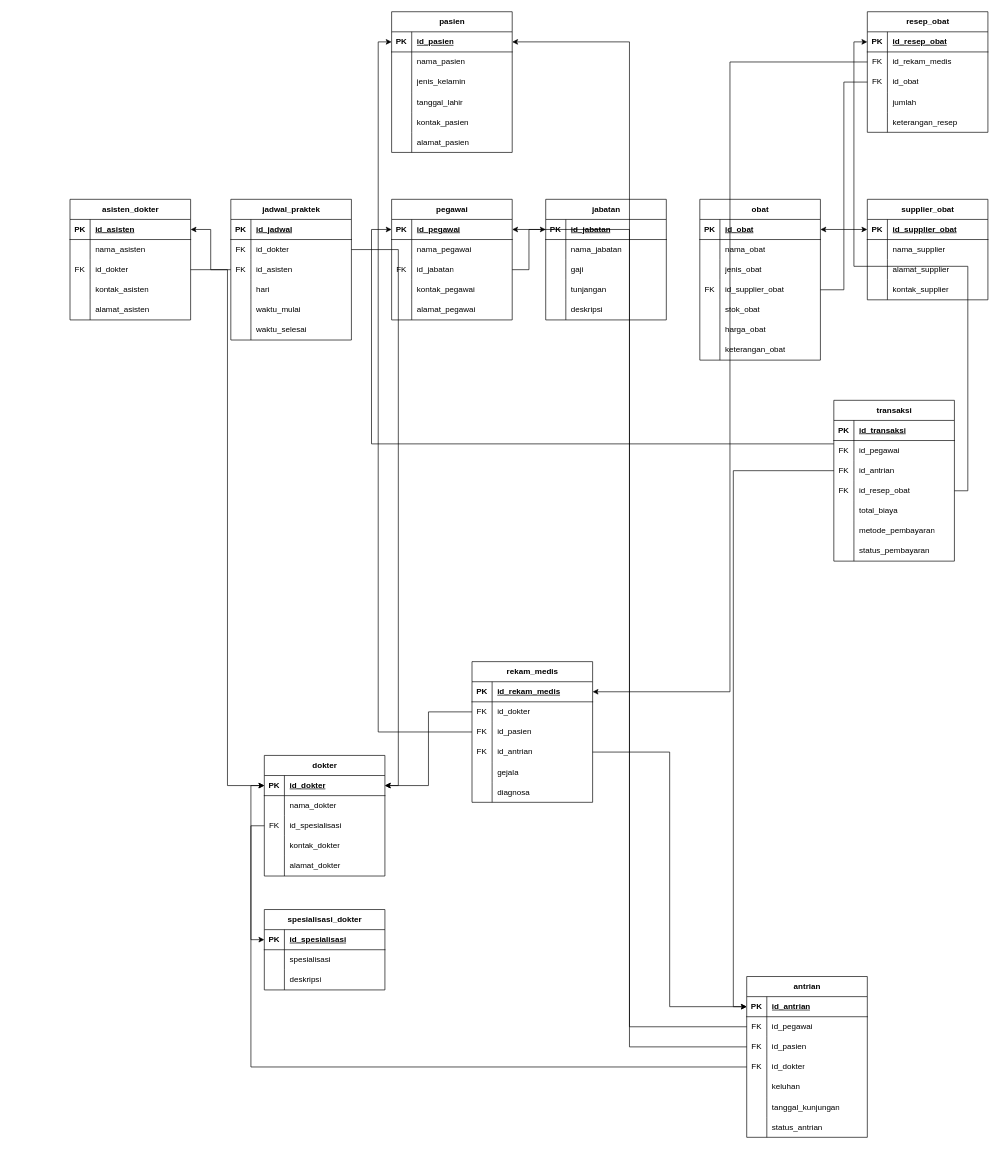
Before: PDM_Klinik.drawio in elikawicaksana/BuildIT_BasisData, a draw.io diagram. Source tidied: cells renumbered, new cells numbered last; positions are measured from the earlier drawing's top-left corner, leaving out a move shared by most shapes. Both pictures are drawn from the tidied source at 67%, with x=0, y=0 at pixel (70, 11).
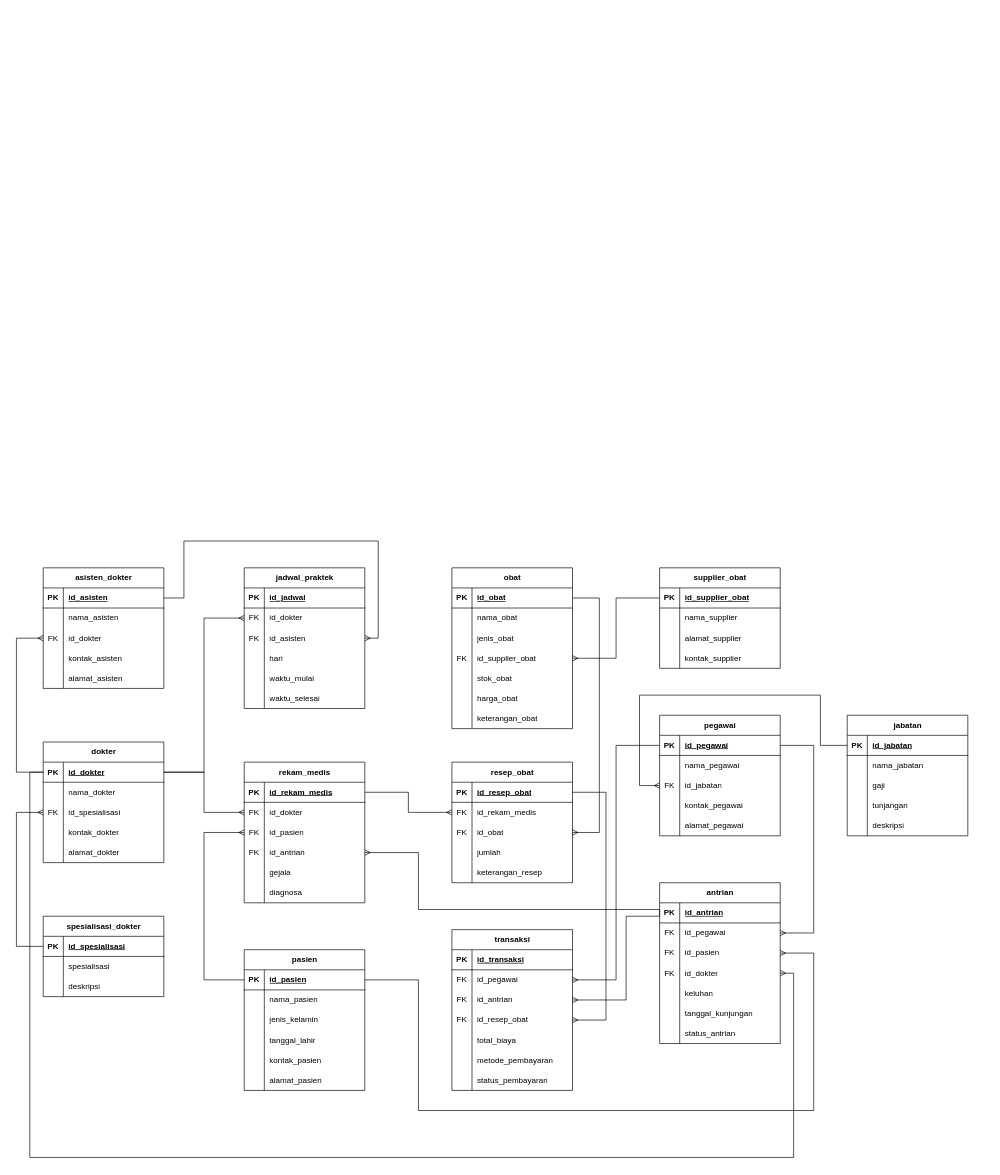
The same diagram, later.

The change refers to these unchanged cells:
```xml
<mxCell id="3" style="shape=tableRow;horizontal=0;startSize=0;swimlaneHead=0;swimlaneBody=0;fillColor=none;points=[[0,0.5],[1,0.5]];portConstraint=eastwest;top=0;left=0;right=0;bottom=1;" parent="2" vertex="1">
<mxCell id="9" style="shape=tableRow;horizontal=0;startSize=0;swimlaneHead=0;swimlaneBody=0;fillColor=none;points=[[0,0.5],[1,0.5]];portConstraint=eastwest;top=0;left=0;right=0;bottom=0;" parent="2" vertex="1">
<mxCell id="19" style="shape=tableRow;horizontal=0;startSize=0;swimlaneHead=0;swimlaneBody=0;fillColor=none;points=[[0,0.5],[1,0.5]];portConstraint=eastwest;top=0;left=0;right=0;bottom=1;" parent="18" vertex="1">
<mxCell id="25" style="shape=tableRow;horizontal=0;startSize=0;swimlaneHead=0;swimlaneBody=0;fillColor=none;points=[[0,0.5],[1,0.5]];portConstraint=eastwest;top=0;left=0;right=0;bottom=0;" parent="18" vertex="1">
<mxCell id="35" style="shape=tableRow;horizontal=0;startSize=0;swimlaneHead=0;swimlaneBody=0;fillColor=none;points=[[0,0.5],[1,0.5]];portConstraint=eastwest;top=0;left=0;right=0;bottom=1;" parent="34" vertex="1">
<mxCell id="48" style="shape=tableRow;horizontal=0;startSize=0;swimlaneHead=0;swimlaneBody=0;fillColor=none;points=[[0,0.5],[1,0.5]];portConstraint=eastwest;top=0;left=0;right=0;bottom=0;" parent="44" vertex="1">
<mxCell id="51" style="shape=tableRow;horizontal=0;startSize=0;swimlaneHead=0;swimlaneBody=0;fillColor=none;points=[[0,0.5],[1,0.5]];portConstraint=eastwest;top=0;left=0;right=0;bottom=0;" parent="44" vertex="1">
<mxCell id="64" style="shape=tableRow;horizontal=0;startSize=0;swimlaneHead=0;swimlaneBody=0;fillColor=none;points=[[0,0.5],[1,0.5]];portConstraint=eastwest;top=0;left=0;right=0;bottom=1;" parent="63" vertex="1">
<mxCell id="83" style="shape=tableRow;horizontal=0;startSize=0;swimlaneHead=0;swimlaneBody=0;fillColor=none;points=[[0,0.5],[1,0.5]];portConstraint=eastwest;top=0;left=0;right=0;bottom=1;" parent="82" vertex="1">
<mxCell id="89" style="shape=tableRow;horizontal=0;startSize=0;swimlaneHead=0;swimlaneBody=0;fillColor=none;points=[[0,0.5],[1,0.5]];portConstraint=eastwest;top=0;left=0;right=0;bottom=0;" parent="82" vertex="1">
<mxCell id="99" style="shape=tableRow;horizontal=0;startSize=0;swimlaneHead=0;swimlaneBody=0;fillColor=none;points=[[0,0.5],[1,0.5]];portConstraint=eastwest;top=0;left=0;right=0;bottom=1;" parent="98" vertex="1">
<mxCell id="115" style="shape=tableRow;horizontal=0;startSize=0;swimlaneHead=0;swimlaneBody=0;fillColor=none;points=[[0,0.5],[1,0.5]];portConstraint=eastwest;top=0;left=0;right=0;bottom=1;" parent="114" vertex="1">
<mxCell id="118" style="shape=tableRow;horizontal=0;startSize=0;swimlaneHead=0;swimlaneBody=0;fillColor=none;points=[[0,0.5],[1,0.5]];portConstraint=eastwest;top=0;left=0;right=0;bottom=0;" parent="114" vertex="1">
<mxCell id="121" style="shape=tableRow;horizontal=0;startSize=0;swimlaneHead=0;swimlaneBody=0;fillColor=none;points=[[0,0.5],[1,0.5]];portConstraint=eastwest;top=0;left=0;right=0;bottom=0;" parent="114" vertex="1">
<mxCell id="124" style="shape=tableRow;horizontal=0;startSize=0;swimlaneHead=0;swimlaneBody=0;fillColor=none;points=[[0,0.5],[1,0.5]];portConstraint=eastwest;top=0;left=0;right=0;bottom=0;" parent="114" vertex="1">
<mxCell id="134" style="shape=tableRow;horizontal=0;startSize=0;swimlaneHead=0;swimlaneBody=0;fillColor=none;points=[[0,0.5],[1,0.5]];portConstraint=eastwest;top=0;left=0;right=0;bottom=1;" parent="133" vertex="1">
<mxCell id="137" style="shape=tableRow;horizontal=0;startSize=0;swimlaneHead=0;swimlaneBody=0;fillColor=none;points=[[0,0.5],[1,0.5]];portConstraint=eastwest;top=0;left=0;right=0;bottom=0;" parent="133" vertex="1">
<mxCell id="140" style="shape=tableRow;horizontal=0;startSize=0;swimlaneHead=0;swimlaneBody=0;fillColor=none;points=[[0,0.5],[1,0.5]];portConstraint=eastwest;top=0;left=0;right=0;bottom=0;" parent="133" vertex="1">
<mxCell id="143" style="shape=tableRow;horizontal=0;startSize=0;swimlaneHead=0;swimlaneBody=0;fillColor=none;points=[[0,0.5],[1,0.5]];portConstraint=eastwest;top=0;left=0;right=0;bottom=0;" parent="133" vertex="1">
<mxCell id="156" style="shape=tableRow;horizontal=0;startSize=0;swimlaneHead=0;swimlaneBody=0;fillColor=none;points=[[0,0.5],[1,0.5]];portConstraint=eastwest;top=0;left=0;right=0;bottom=1;" parent="155" vertex="1">
<mxCell id="165" style="shape=tableRow;horizontal=0;startSize=0;swimlaneHead=0;swimlaneBody=0;fillColor=none;points=[[0,0.5],[1,0.5]];portConstraint=eastwest;top=0;left=0;right=0;bottom=0;" parent="155" vertex="1">
<mxCell id="178" style="shape=tableRow;horizontal=0;startSize=0;swimlaneHead=0;swimlaneBody=0;fillColor=none;points=[[0,0.5],[1,0.5]];portConstraint=eastwest;top=0;left=0;right=0;bottom=1;" parent="177" vertex="1">
<mxCell id="191" style="shape=tableRow;horizontal=0;startSize=0;swimlaneHead=0;swimlaneBody=0;fillColor=none;points=[[0,0.5],[1,0.5]];portConstraint=eastwest;top=0;left=0;right=0;bottom=1;" parent="190" vertex="1">
<mxCell id="194" style="shape=tableRow;horizontal=0;startSize=0;swimlaneHead=0;swimlaneBody=0;fillColor=none;points=[[0,0.5],[1,0.5]];portConstraint=eastwest;top=0;left=0;right=0;bottom=0;" parent="190" vertex="1">
<mxCell id="197" style="shape=tableRow;horizontal=0;startSize=0;swimlaneHead=0;swimlaneBody=0;fillColor=none;points=[[0,0.5],[1,0.5]];portConstraint=eastwest;top=0;left=0;right=0;bottom=0;" parent="190" vertex="1">
<mxCell id="210" style="shape=tableRow;horizontal=0;startSize=0;swimlaneHead=0;swimlaneBody=0;fillColor=none;points=[[0,0.5],[1,0.5]];portConstraint=eastwest;top=0;left=0;right=0;bottom=0;" parent="206" vertex="1">
<mxCell id="213" style="shape=tableRow;horizontal=0;startSize=0;swimlaneHead=0;swimlaneBody=0;fillColor=none;points=[[0,0.5],[1,0.5]];portConstraint=eastwest;top=0;left=0;right=0;bottom=0;" parent="206" vertex="1">
<mxCell id="216" style="shape=tableRow;horizontal=0;startSize=0;swimlaneHead=0;swimlaneBody=0;fillColor=none;points=[[0,0.5],[1,0.5]];portConstraint=eastwest;top=0;left=0;right=0;bottom=0;" parent="206" vertex="1">
```

Diff of the diagram source:
```diff
@@
     <mxCell id="2" value="dokter" style="shape=table;startSize=30;childLayout=tableLayout;rowLines=0;fontStyle=1;align=center;html=1;" parent="1" vertex="1">
-      <mxGeometry x="290" y="1110" width="180" height="180" as="geometry" />
+      <mxGeometry x="-40" y="1090" width="180" height="180" as="geometry" />
     </mxCell>
@@
     <mxCell id="18" value="asisten_dokter" style="shape=table;startSize=30;childLayout=tableLayout;rowLines=0;fontStyle=1;align=center;html=1;" parent="1" vertex="1">
-      <mxGeometry y="280" width="180" height="180" as="geometry" />
+      <mxGeometry x="-40" y="830" width="180" height="180" as="geometry" />
     </mxCell>
@@
     <mxCell id="34" value="spesialisasi_dokter" style="shape=table;startSize=30;childLayout=tableLayout;rowLines=0;fontStyle=1;align=center;html=1;" parent="1" vertex="1">
-      <mxGeometry x="290" y="1340" width="180" height="120" as="geometry" />
+      <mxGeometry x="-40" y="1350" width="180" height="120" as="geometry" />
     </mxCell>
@@
     <mxCell id="44" value="jadwal_praktek" style="shape=table;startSize=30;childLayout=tableLayout;rowLines=0;fontStyle=1;align=center;html=1;" parent="1" vertex="1">
-      <mxGeometry x="240" y="280" width="180" height="210" as="geometry" />
+      <mxGeometry x="260" y="830" width="180" height="210" as="geometry" />
     </mxCell>
@@
     <mxCell id="63" value="pasien" style="shape=table;startSize=30;childLayout=tableLayout;rowLines=0;fontStyle=1;align=center;html=1;" parent="1" vertex="1">
-      <mxGeometry x="480" width="180" height="210" as="geometry" />
+      <mxGeometry x="260" y="1400" width="180" height="210" as="geometry" />
     </mxCell>
@@
     <mxCell id="82" value="pegawai" style="shape=table;startSize=30;childLayout=tableLayout;rowLines=0;fontStyle=1;align=center;html=1;" parent="1" vertex="1">
-      <mxGeometry x="480" y="280" width="180" height="180" as="geometry" />
+      <mxGeometry x="880" y="1050" width="180" height="180" as="geometry" />
     </mxCell>
@@
     <mxCell id="98" value="jabatan" style="shape=table;startSize=30;childLayout=tableLayout;rowLines=0;fontStyle=1;align=center;html=1;" parent="1" vertex="1">
-      <mxGeometry x="710" y="280" width="180" height="180" as="geometry" />
+      <mxGeometry x="1160" y="1050" width="180" height="180" as="geometry" />
     </mxCell>
@@
     <mxCell id="114" value="rekam_medis" style="shape=table;startSize=30;childLayout=tableLayout;rowLines=0;fontStyle=1;align=center;html=1;" parent="1" vertex="1">
-      <mxGeometry x="600" y="970" width="180" height="210" as="geometry" />
+      <mxGeometry x="260" y="1120" width="180" height="210" as="geometry" />
     </mxCell>
@@
     <mxCell id="133" value="antrian" style="shape=table;startSize=30;childLayout=tableLayout;rowLines=0;fontStyle=1;align=center;html=1;" parent="1" vertex="1">
-      <mxGeometry x="1010" y="1440" width="180" height="240" as="geometry" />
+      <mxGeometry x="880" y="1300" width="180" height="240" as="geometry" />
     </mxCell>
@@
     <mxCell id="155" value="obat" style="shape=table;startSize=30;childLayout=tableLayout;rowLines=0;fontStyle=1;align=center;html=1;" parent="1" vertex="1">
-      <mxGeometry x="940" y="280" width="180" height="240" as="geometry" />
+      <mxGeometry x="570" y="830" width="180" height="240" as="geometry" />
     </mxCell>
@@
     <mxCell id="177" value="supplier_obat" style="shape=table;startSize=30;childLayout=tableLayout;rowLines=0;fontStyle=1;align=center;html=1;" parent="1" vertex="1">
-      <mxGeometry x="1190" y="280" width="180" height="150" as="geometry" />
+      <mxGeometry x="880" y="830" width="180" height="150" as="geometry" />
     </mxCell>
@@
     <mxCell id="190" value="resep_obat" style="shape=table;startSize=30;childLayout=tableLayout;rowLines=0;fontStyle=1;align=center;html=1;" parent="1" vertex="1">
-      <mxGeometry x="1190" width="180" height="180" as="geometry" />
+      <mxGeometry x="570" y="1120" width="180" height="180" as="geometry" />
     </mxCell>
@@
     <mxCell id="206" value="transaksi" style="shape=table;startSize=30;childLayout=tableLayout;rowLines=0;fontStyle=1;align=center;html=1;" parent="1" vertex="1">
-      <mxGeometry x="1140" y="580" width="180" height="240" as="geometry" />
+      <mxGeometry x="570" y="1370" width="180" height="240" as="geometry" />
     </mxCell>
@@
-    <mxCell id="228" style="edgeStyle=orthogonalEdgeStyle;rounded=0;jettySize=auto;html=1;entryX=0;entryY=0.5;entryDx=0;entryDy=0;" parent="1" edge="1" source="9" target="35">
-      <mxGeometry relative="1" as="geometry" />
-    </mxCell>
-    <mxCell id="229" style="edgeStyle=orthogonalEdgeStyle;rounded=0;jettySize=auto;html=1;entryX=0;entryY=0.5;entryDx=0;entryDy=0;" parent="1" edge="1" source="25" target="3">
-      <mxGeometry relative="1" as="geometry" />
-    </mxCell>
-    <mxCell id="230" style="edgeStyle=orthogonalEdgeStyle;rounded=0;jettySize=auto;html=1;entryX=1;entryY=0.5;entryDx=0;entryDy=0;" parent="1" edge="1" source="48" target="3">
-      <mxGeometry relative="1" as="geometry" />
-    </mxCell>
-    <mxCell id="231" style="edgeStyle=orthogonalEdgeStyle;rounded=0;jettySize=auto;html=1;entryX=1;entryY=0.5;entryDx=0;entryDy=0;" parent="1" edge="1" source="51" target="19">
-      <mxGeometry relative="1" as="geometry" />
-    </mxCell>
-    <mxCell id="232" style="edgeStyle=orthogonalEdgeStyle;rounded=0;jettySize=auto;html=1;entryX=0;entryY=0.5;entryDx=0;entryDy=0;" parent="1" edge="1" source="210" target="83">
-      <mxGeometry relative="1" as="geometry">
-        <Array as="points">
-          <mxPoint x="450" y="645" />
-          <mxPoint x="450" y="325" />
-        </Array>
-      </mxGeometry>
-    </mxCell>
-    <mxCell id="233" style="edgeStyle=orthogonalEdgeStyle;rounded=0;jettySize=auto;html=1;entryX=0;entryY=0.5;entryDx=0;entryDy=0;" parent="1" edge="1" source="213" target="134">
-      <mxGeometry relative="1" as="geometry" />
-    </mxCell>
-    <mxCell id="234" style="edgeStyle=orthogonalEdgeStyle;rounded=0;jettySize=auto;html=1;entryX=0;entryY=0.5;entryDx=0;entryDy=0;" parent="1" edge="1" source="216" target="191">
-      <mxGeometry relative="1" as="geometry" />
-    </mxCell>
-    <mxCell id="235" style="edgeStyle=orthogonalEdgeStyle;rounded=0;jettySize=auto;html=1;entryX=0;entryY=0.5;entryDx=0;entryDy=0;" parent="1" edge="1" source="89" target="99">
-      <mxGeometry relative="1" as="geometry" />
-    </mxCell>
-    <mxCell id="236" style="edgeStyle=orthogonalEdgeStyle;rounded=0;jettySize=auto;html=1;entryX=1;entryY=0.5;entryDx=0;entryDy=0;" parent="1" edge="1" source="118" target="3">
-      <mxGeometry relative="1" as="geometry" />
-    </mxCell>
-    <mxCell id="237" style="edgeStyle=orthogonalEdgeStyle;rounded=0;jettySize=auto;html=1;entryX=0;entryY=0.5;entryDx=0;entryDy=0;" parent="1" edge="1" source="121" target="64">
-      <mxGeometry relative="1" as="geometry" />
-    </mxCell>
-    <mxCell id="238" style="edgeStyle=orthogonalEdgeStyle;rounded=0;jettySize=auto;html=1;entryX=0;entryY=0.5;entryDx=0;entryDy=0;" parent="1" edge="1" source="124" target="134">
-      <mxGeometry relative="1" as="geometry" />
-    </mxCell>
-    <mxCell id="239" style="edgeStyle=orthogonalEdgeStyle;rounded=0;jettySize=auto;html=1;entryX=1;entryY=0.5;entryDx=0;entryDy=0;" parent="1" edge="1" source="194" target="115">
-      <mxGeometry relative="1" as="geometry" />
-    </mxCell>
-    <mxCell id="240" style="edgeStyle=orthogonalEdgeStyle;rounded=0;jettySize=auto;html=1;entryX=1;entryY=0.5;entryDx=0;entryDy=0;" parent="1" edge="1" source="197" target="156">
-      <mxGeometry relative="1" as="geometry" />
-    </mxCell>
-    <mxCell id="241" style="edgeStyle=orthogonalEdgeStyle;rounded=0;jettySize=auto;html=1;entryX=0;entryY=0.5;entryDx=0;entryDy=0;" parent="1" edge="1" source="165" target="178">
-      <mxGeometry relative="1" as="geometry" />
-    </mxCell>
-    <mxCell id="242" style="edgeStyle=orthogonalEdgeStyle;rounded=0;jettySize=auto;html=1;entryX=1;entryY=0.5;entryDx=0;entryDy=0;" parent="1" edge="1" source="137" target="83">
-      <mxGeometry relative="1" as="geometry" />
-    </mxCell>
-    <mxCell id="243" style="edgeStyle=orthogonalEdgeStyle;rounded=0;jettySize=auto;html=1;entryX=1;entryY=0.5;entryDx=0;entryDy=0;" parent="1" edge="1" source="140" target="64">
-      <mxGeometry relative="1" as="geometry" />
-    </mxCell>
-    <mxCell id="244" style="edgeStyle=orthogonalEdgeStyle;rounded=0;jettySize=auto;html=1;entryX=0;entryY=0.5;entryDx=0;entryDy=0;" parent="1" edge="1" source="143" target="3">
-      <mxGeometry relative="1" as="geometry" />
-    </mxCell>
+    <mxCell id="245" style="edgeStyle=orthogonalEdgeStyle;rounded=0;jettySize=auto;html=1;exitX=0;exitY=0.5;exitDx=0;exitDy=0;entryX=0;entryY=0.5;entryDx=0;entryDy=0;endArrow=ERmany;endFill=0;" parent="1" edge="1" source="3" target="25">
+      <mxGeometry relative="1" as="geometry">
+        <Array as="points">
+          <mxPoint x="-80" y="1135" />
+          <mxPoint x="-80" y="935" />
+        </Array>
+      </mxGeometry>
+    </mxCell>
+    <mxCell id="246" style="edgeStyle=orthogonalEdgeStyle;rounded=0;jettySize=auto;html=1;exitX=0;exitY=0.5;exitDx=0;exitDy=0;entryX=0;entryY=0.5;entryDx=0;entryDy=0;endArrow=ERmany;endFill=0;" parent="1" edge="1" source="35" target="9">
+      <mxGeometry relative="1" as="geometry">
+        <Array as="points">
+          <mxPoint x="-80" y="1395" />
+          <mxPoint x="-80" y="1195" />
+        </Array>
+      </mxGeometry>
+    </mxCell>
+    <mxCell id="247" style="edgeStyle=orthogonalEdgeStyle;rounded=0;jettySize=auto;html=1;exitX=1;exitY=0.5;exitDx=0;exitDy=0;entryX=0;entryY=0.5;entryDx=0;entryDy=0;endArrow=ERmany;endFill=0;" parent="1" edge="1" source="3" target="48">
+      <mxGeometry relative="1" as="geometry" />
+    </mxCell>
+    <mxCell id="248" style="edgeStyle=orthogonalEdgeStyle;rounded=0;jettySize=auto;html=1;exitX=1;exitY=0.5;exitDx=0;exitDy=0;entryX=1;entryY=0.5;entryDx=0;entryDy=0;endArrow=ERmany;endFill=0;" parent="1" edge="1" source="19" target="51">
+      <mxGeometry relative="1" as="geometry">
+        <Array as="points">
+          <mxPoint x="170" y="875" />
+          <mxPoint x="170" y="790" />
+          <mxPoint x="460" y="790" />
+          <mxPoint x="460" y="935" />
+        </Array>
+      </mxGeometry>
+    </mxCell>
+    <mxCell id="249" style="edgeStyle=orthogonalEdgeStyle;rounded=0;jettySize=auto;html=1;exitX=1;exitY=0.5;exitDx=0;exitDy=0;entryX=0;entryY=0.5;entryDx=0;entryDy=0;endArrow=ERmany;endFill=0;" parent="1" edge="1" source="3" target="118">
+      <mxGeometry relative="1" as="geometry" />
+    </mxCell>
+    <mxCell id="250" style="edgeStyle=orthogonalEdgeStyle;rounded=0;jettySize=auto;html=1;exitX=0;exitY=0.5;exitDx=0;exitDy=0;entryX=0;entryY=0.5;entryDx=0;entryDy=0;endArrow=ERmany;endFill=0;" parent="1" edge="1" source="64" target="121">
+      <mxGeometry relative="1" as="geometry">
+        <Array as="points">
+          <mxPoint x="200" y="1445" />
+          <mxPoint x="200" y="1225" />
+        </Array>
+      </mxGeometry>
+    </mxCell>
+    <mxCell id="251" style="edgeStyle=orthogonalEdgeStyle;rounded=0;jettySize=auto;html=1;exitX=0;exitY=0.5;exitDx=0;exitDy=0;entryX=1;entryY=0.5;entryDx=0;entryDy=0;endArrow=ERmany;endFill=0;" parent="1" edge="1" source="134" target="124">
+      <mxGeometry relative="1" as="geometry">
+        <Array as="points">
+          <mxPoint x="880" y="1340" />
+          <mxPoint x="520" y="1340" />
+          <mxPoint x="520" y="1255" />
+        </Array>
+      </mxGeometry>
+    </mxCell>
+    <mxCell id="252" style="edgeStyle=orthogonalEdgeStyle;rounded=0;jettySize=auto;html=1;exitX=0;exitY=0.5;exitDx=0;exitDy=0;entryX=1;entryY=0.5;entryDx=0;entryDy=0;endArrow=ERmany;endFill=0;" parent="1" edge="1" source="178" target="165">
+      <mxGeometry relative="1" as="geometry" />
+    </mxCell>
+    <mxCell id="253" style="edgeStyle=orthogonalEdgeStyle;rounded=0;jettySize=auto;html=1;exitX=1;exitY=0.5;exitDx=0;exitDy=0;entryX=0;entryY=0.5;entryDx=0;entryDy=0;endArrow=ERmany;endFill=0;" parent="1" edge="1" source="115" target="194">
+      <mxGeometry relative="1" as="geometry" />
+    </mxCell>
+    <mxCell id="254" style="edgeStyle=orthogonalEdgeStyle;rounded=0;jettySize=auto;html=1;exitX=1;exitY=0.5;exitDx=0;exitDy=0;entryX=1;entryY=0.5;entryDx=0;entryDy=0;endArrow=ERmany;endFill=0;" parent="1" edge="1" source="156" target="197">
+      <mxGeometry relative="1" as="geometry">
+        <Array as="points">
+          <mxPoint x="790" y="875" />
+          <mxPoint x="790" y="1225" />
+        </Array>
+      </mxGeometry>
+    </mxCell>
+    <mxCell id="255" style="edgeStyle=orthogonalEdgeStyle;rounded=0;jettySize=auto;html=1;exitX=0;exitY=0.5;exitDx=0;exitDy=0;entryX=1;entryY=0.5;entryDx=0;entryDy=0;endArrow=ERmany;endFill=0;" parent="1" edge="1" source="83" target="210">
+      <mxGeometry relative="1" as="geometry" />
+    </mxCell>
+    <mxCell id="256" style="edgeStyle=orthogonalEdgeStyle;rounded=0;jettySize=auto;html=1;exitX=0;exitY=0.5;exitDx=0;exitDy=0;entryX=1;entryY=0.5;entryDx=0;entryDy=0;endArrow=ERmany;endFill=0;" parent="1" edge="1" source="134" target="213">
+      <mxGeometry relative="1" as="geometry">
+        <Array as="points">
+          <mxPoint x="880" y="1350" />
+          <mxPoint x="830" y="1350" />
+          <mxPoint x="830" y="1475" />
+        </Array>
+      </mxGeometry>
+    </mxCell>
+    <mxCell id="257" style="edgeStyle=orthogonalEdgeStyle;rounded=0;jettySize=auto;html=1;exitX=1;exitY=0.5;exitDx=0;exitDy=0;entryX=1;entryY=0.5;entryDx=0;entryDy=0;endArrow=ERmany;endFill=0;" parent="1" edge="1" source="191" target="216">
+      <mxGeometry relative="1" as="geometry">
+        <Array as="points">
+          <mxPoint x="800" y="1165" />
+          <mxPoint x="800" y="1505" />
+        </Array>
+      </mxGeometry>
+    </mxCell>
+    <mxCell id="258" style="edgeStyle=orthogonalEdgeStyle;rounded=0;jettySize=auto;html=1;exitX=1;exitY=0.5;exitDx=0;exitDy=0;entryX=1;entryY=0.5;entryDx=0;entryDy=0;endArrow=ERmany;endFill=0;" parent="1" edge="1" source="83" target="137">
+      <mxGeometry relative="1" as="geometry">
+        <Array as="points">
+          <mxPoint x="1110" y="1095" />
+          <mxPoint x="1110" y="1375" />
+        </Array>
+      </mxGeometry>
+    </mxCell>
+    <mxCell id="259" style="edgeStyle=orthogonalEdgeStyle;rounded=0;jettySize=auto;html=1;exitX=1;exitY=0.5;exitDx=0;exitDy=0;entryX=1;entryY=0.5;entryDx=0;entryDy=0;endArrow=ERmany;endFill=0;" parent="1" edge="1" source="64" target="140">
+      <mxGeometry relative="1" as="geometry">
+        <Array as="points">
+          <mxPoint x="520" y="1445" />
+          <mxPoint x="520" y="1640" />
+          <mxPoint x="1110" y="1640" />
+          <mxPoint x="1110" y="1405" />
+        </Array>
+      </mxGeometry>
+    </mxCell>
+    <mxCell id="260" style="edgeStyle=orthogonalEdgeStyle;rounded=0;jettySize=auto;html=1;exitX=0;exitY=0.5;exitDx=0;exitDy=0;entryX=1;entryY=0.5;entryDx=0;entryDy=0;endArrow=ERmany;endFill=0;" parent="1" edge="1" source="3" target="143">
+      <mxGeometry relative="1" as="geometry">
+        <Array as="points">
+          <mxPoint x="-60" y="1135" />
+          <mxPoint x="-60" y="1710" />
+          <mxPoint x="1080" y="1710" />
+          <mxPoint x="1080" y="1435" />
+        </Array>
+      </mxGeometry>
+    </mxCell>
+    <mxCell id="261" style="edgeStyle=orthogonalEdgeStyle;rounded=0;jettySize=auto;html=1;exitX=0;exitY=0.5;exitDx=0;exitDy=0;entryX=0;entryY=0.5;entryDx=0;entryDy=0;endArrow=ERmany;endFill=0;" parent="1" edge="1" source="99" target="89">
+      <mxGeometry relative="1" as="geometry">
+        <Array as="points">
+          <mxPoint x="1120" y="1095" />
+          <mxPoint x="1120" y="1020" />
+          <mxPoint x="850" y="1020" />
+          <mxPoint x="850" y="1155" />
+        </Array>
+      </mxGeometry>
+    </mxCell>
```
